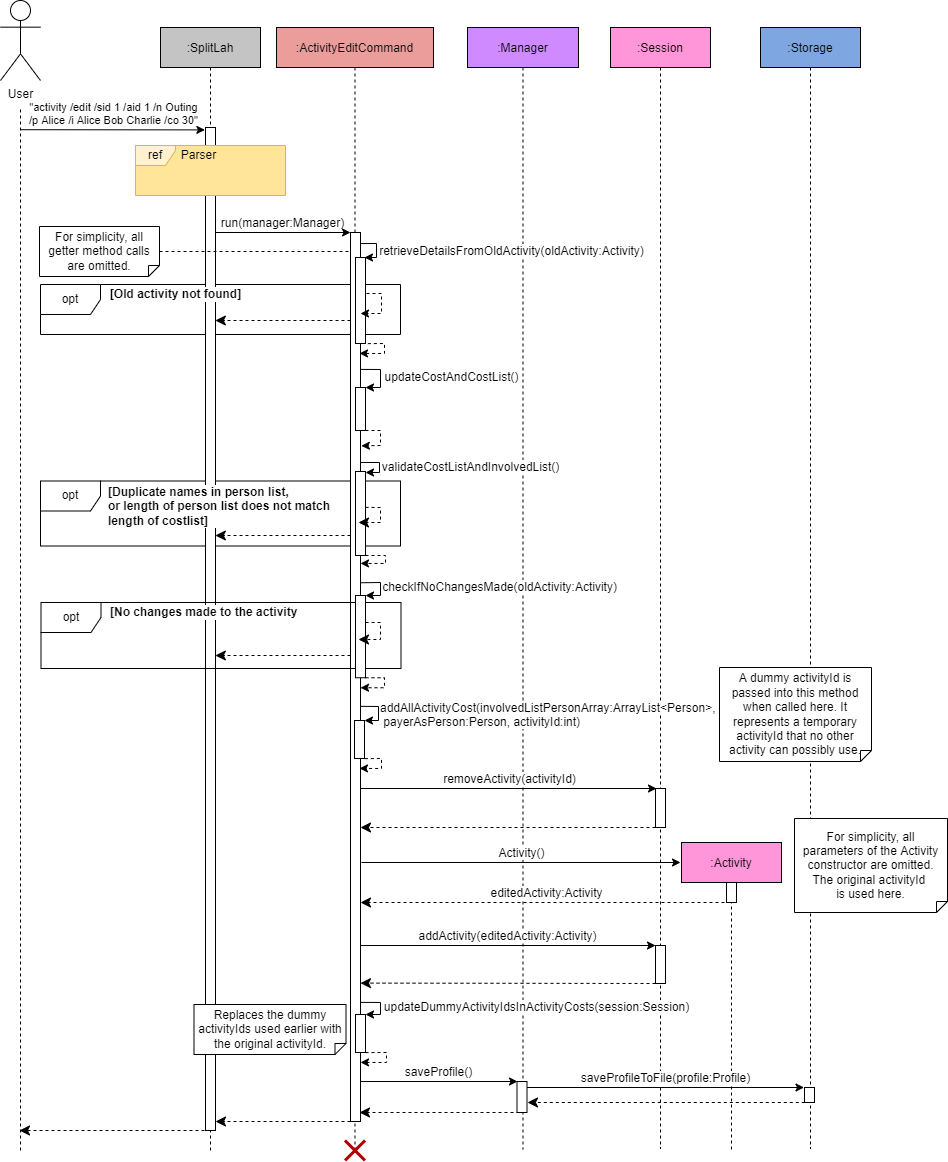
Before: docs/images/developerguide/ActivityEditCommand.drawio.png, a diagram exported from draw.io (nus-cs2113-AY2122S2/tp). Source tidied: cells renumbered, new cells last; positions are measured from the earlier drawing's top-left corner, leaving out a move shared by most shapes.
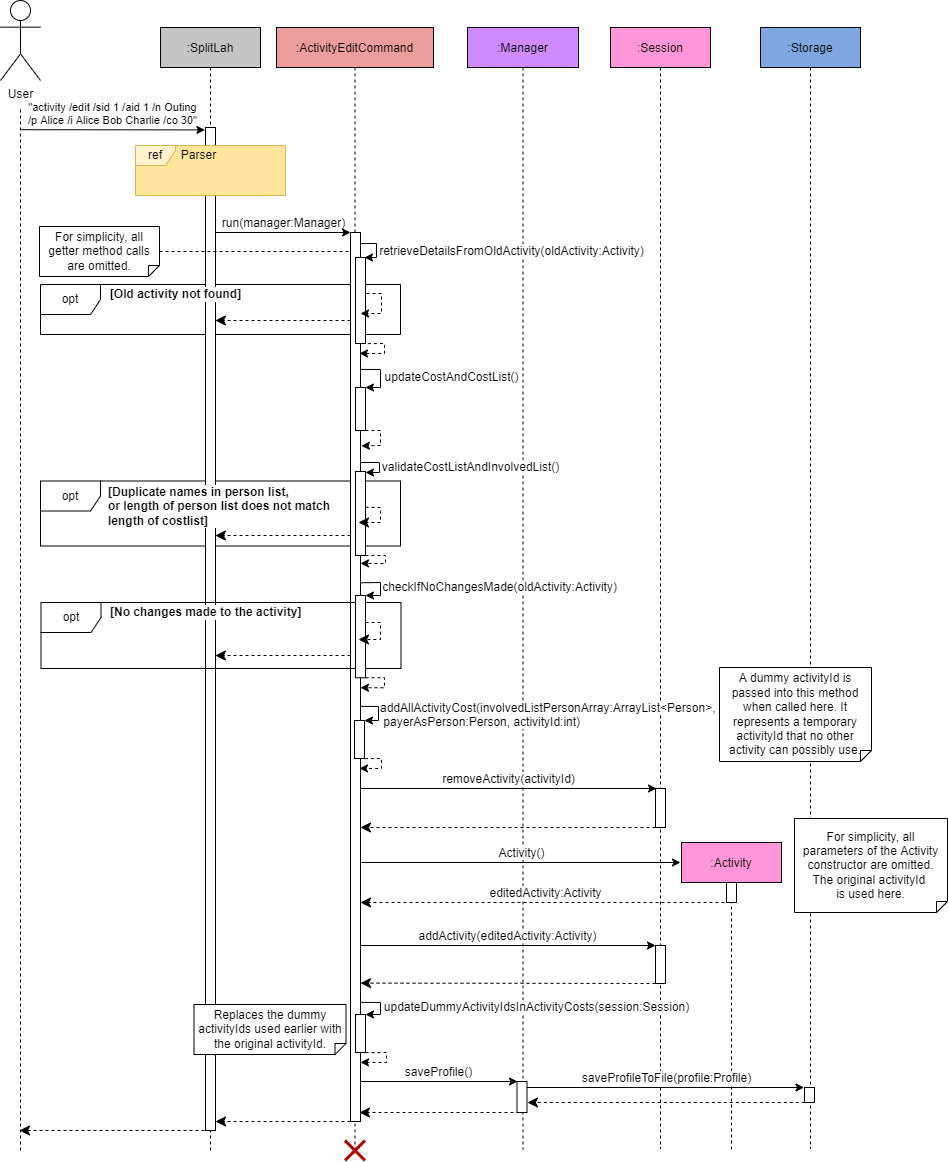
Above is the later version.

Commit message:
Fix sequence diagram

Change to the diagram source:
```diff
@@ -328,8 +328,8 @@
     <mxCell id="69" value="opt" style="shape=umlFrame;whiteSpace=wrap;html=1;labelBackgroundColor=default;labelBorderColor=none;" parent="1" vertex="1">
       <mxGeometry x="40.5" y="602" width="360" height="66" as="geometry" />
     </mxCell>
-    <mxCell id="70" value="&lt;b&gt;[No changes made to the activity&lt;/b&gt;" style="text;html=1;align=left;verticalAlign=middle;strokeColor=none;fillColor=none;labelBackgroundColor=default;" parent="1" vertex="1">
-      <mxGeometry x="108" y="603" width="197" height="18" as="geometry" />
+    <mxCell id="70" value="&lt;b&gt;[No changes made to the activity]&lt;/b&gt;" style="text;html=1;align=left;verticalAlign=middle;strokeColor=none;fillColor=none;labelBackgroundColor=default;" parent="1" vertex="1">
+      <mxGeometry x="108" y="602" width="210" height="20" as="geometry" />
     </mxCell>
     <mxCell id="71" style="endArrow=classic;html=1;rounded=0;exitX=1;exitY=1;exitDx=0;exitDy=0;dashed=1;align=left;fontSize=12;" parent="1" edge="1" source="72">
       <mxGeometry x="-0.05" y="4" relative="1" as="geometry">
```
